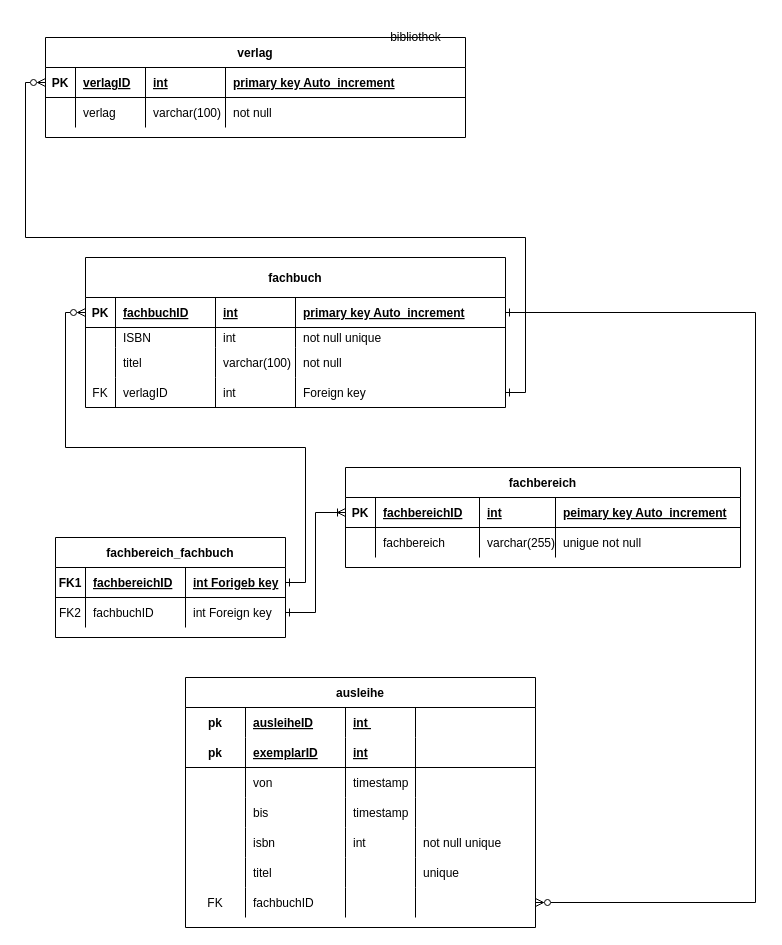
DanielRostami1/sql keeps this draw.io diagram as le7/ERmodul/uml_le7.drawio. Above is the earlier version. Source tidied: cells renumbered, new cells numbered last; positions are measured from the earlier drawing's top-left corner, leaving out a move shared by most shapes. Both pictures are drawn from the tidied source at 100%, with x=0, y=0 at pixel (45, 27).
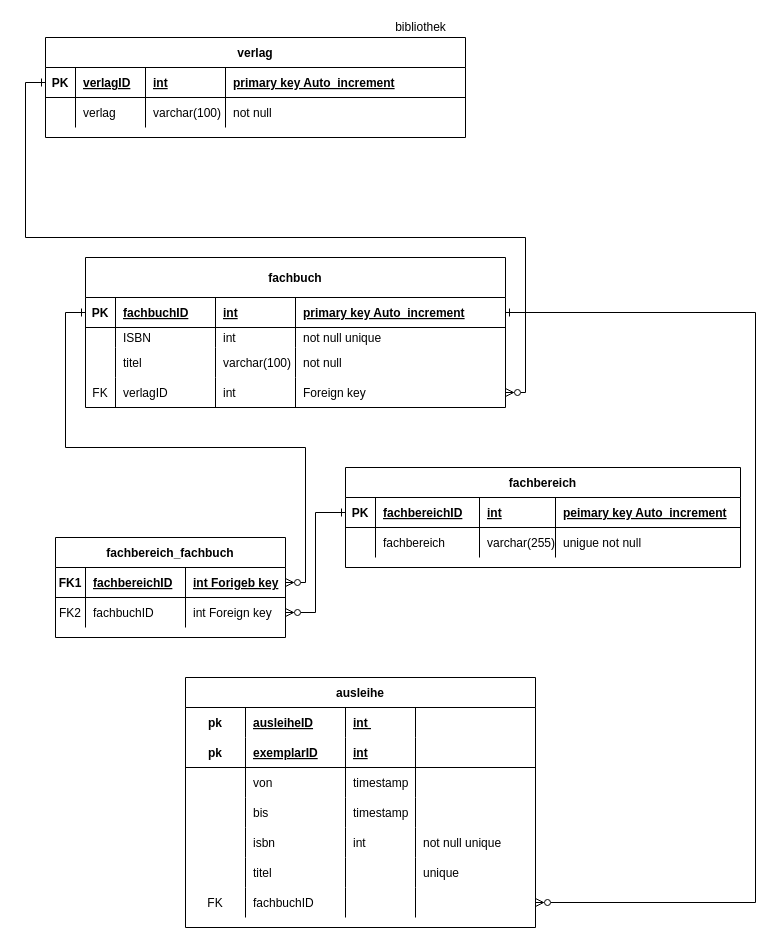
After the change.

Unchanged cells that the change refers to:
```xml
<mxCell id="3" style="shape=partialRectangle;fillColor=none;points=[[0,0.5],[1,0.5]];portConstraint=eastwest;top=0;left=0;right=0;bottom=1;" parent="2" vertex="1">
  <mxGeometry y="40" width="420" height="30" as="geometry" />
</mxCell>
<mxCell id="18" style="shape=partialRectangle;fillColor=none;points=[[0,0.5],[1,0.5]];portConstraint=eastwest;top=0;left=0;right=0;bottom=0;" parent="2" vertex="1">
  <mxGeometry y="120" width="420" height="30" as="geometry" />
</mxCell>
<mxCell id="24" style="shape=partialRectangle;fillColor=none;points=[[0,0.5],[1,0.5]];portConstraint=eastwest;top=0;left=0;right=0;bottom=1;" parent="23" vertex="1">
  <mxGeometry y="30" width="395" height="30" as="geometry" />
</mxCell>
<mxCell id="35" style="shape=partialRectangle;fillColor=none;points=[[0,0.5],[1,0.5]];portConstraint=eastwest;top=0;left=0;right=0;bottom=1;" parent="34" vertex="1">
  <mxGeometry y="30" width="420" height="30" as="geometry" />
</mxCell>
<mxCell id="46" style="shape=tableRow;horizontal=0;startSize=0;swimlaneHead=0;swimlaneBody=0;fillColor=none;points=[[0,0.5],[1,0.5]];portConstraint=eastwest;top=0;left=0;right=0;bottom=1;" parent="45" vertex="1">
  <mxGeometry y="30" width="230" height="30" as="geometry" />
</mxCell>
<mxCell id="50" style="shape=tableRow;horizontal=0;startSize=0;swimlaneHead=0;swimlaneBody=0;fillColor=none;points=[[0,0.5],[1,0.5]];portConstraint=eastwest;top=0;left=0;right=0;bottom=0;" parent="45" vertex="1">
  <mxGeometry y="60" width="230" height="30" as="geometry" />
</mxCell>
```

Change to the diagram source:
```diff
@@
-    <mxCell id="54" style="edgeStyle=orthogonalEdgeStyle;rounded=0;jettySize=auto;html=1;exitX=0;exitY=0.5;exitDx=0;exitDy=0;entryX=1;entryY=0.5;entryDx=0;entryDy=0;startArrow=ERzeroToMany;startFill=0;endArrow=ERone;endFill=0;" parent="1" edge="1" source="35" target="18">
+    <mxCell id="54" style="edgeStyle=orthogonalEdgeStyle;rounded=0;jettySize=auto;html=1;exitX=0;exitY=0.5;exitDx=0;exitDy=0;entryX=1;entryY=0.5;entryDx=0;entryDy=0;startArrow=ERone;startFill=0;endArrow=ERzeroToMany;endFill=0;" parent="1" edge="1" source="35" target="18">
       <mxGeometry relative="1" as="geometry" />
     </mxCell>
-    <mxCell id="55" style="edgeStyle=orthogonalEdgeStyle;rounded=0;jettySize=auto;html=1;exitX=0;exitY=0.5;exitDx=0;exitDy=0;entryX=1;entryY=0.5;entryDx=0;entryDy=0;startArrow=ERzeroToMany;startFill=0;endArrow=ERone;endFill=0;" parent="1" edge="1" source="3" target="46">
+    <mxCell id="55" style="edgeStyle=orthogonalEdgeStyle;rounded=0;jettySize=auto;html=1;exitX=0;exitY=0.5;exitDx=0;exitDy=0;entryX=1;entryY=0.5;entryDx=0;entryDy=0;startArrow=ERone;startFill=0;endArrow=ERzeroToMany;endFill=0;" parent="1" edge="1" source="3" target="46">
       <mxGeometry relative="1" as="geometry" />
     </mxCell>
-    <mxCell id="56" style="edgeStyle=orthogonalEdgeStyle;rounded=0;jettySize=auto;html=1;exitX=1;exitY=0.5;exitDx=0;exitDy=0;entryX=0;entryY=0.5;entryDx=0;entryDy=0;startArrow=ERone;startFill=0;endArrow=ERoneToMany;endFill=0;" parent="1" edge="1" source="50" target="24">
+    <mxCell id="56" style="edgeStyle=orthogonalEdgeStyle;rounded=0;jettySize=auto;html=1;exitX=1;exitY=0.5;exitDx=0;exitDy=0;entryX=0;entryY=0.5;entryDx=0;entryDy=0;startArrow=ERzeroToMany;startFill=0;endArrow=ERone;endFill=0;" parent="1" edge="1" source="50" target="24">
       <mxGeometry relative="1" as="geometry" />
     </mxCell>
     <mxCell id="57" value="bibliothek" style="text;html=1;align=center;verticalAlign=middle;strokeColor=none;fillColor=none;" parent="1" vertex="1">
-      <mxGeometry x="335" width="70" height="20" as="geometry" />
+      <mxGeometry x="340" y="-10" width="70" height="20" as="geometry" />
     </mxCell>
```
